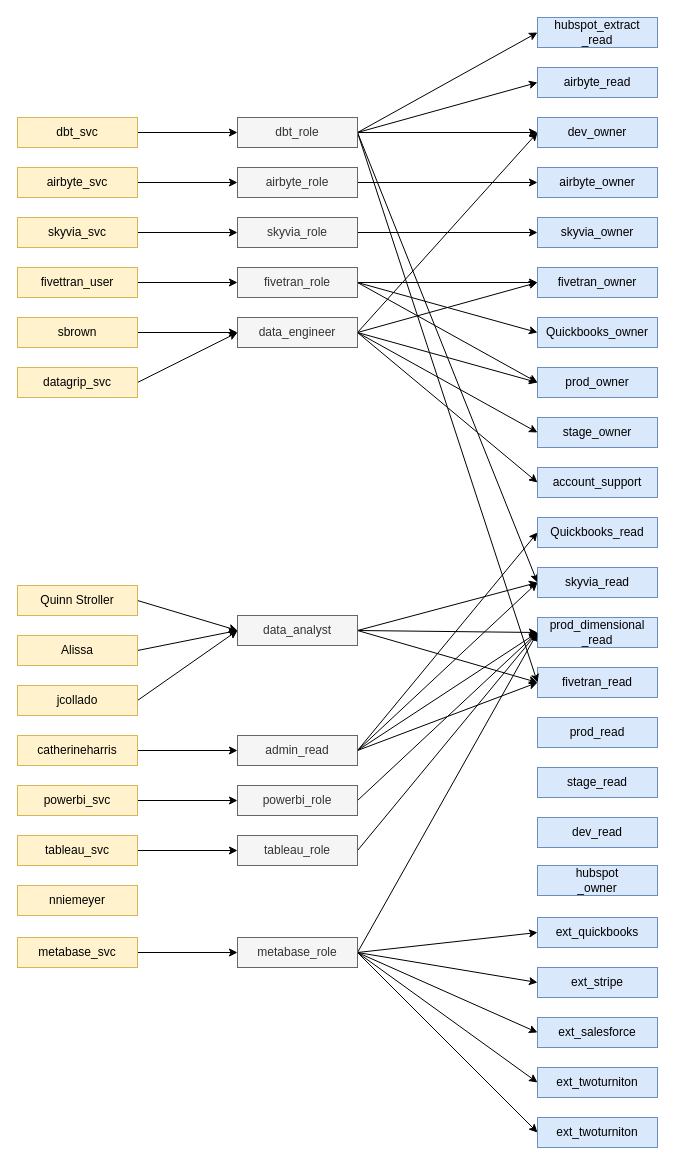
samsolo512/transactly keeps this draw.io diagram as Documentation/Snowflake Security Diagram.drawio. Above is the earlier version. Source tidied: cells renumbered, new cells numbered last; positions are measured from the earlier drawing's top-left corner, leaving out a move shared by most shapes. Both pictures are drawn from the tidied source at 100%, with x=0, y=0 at pixel (17, 17).
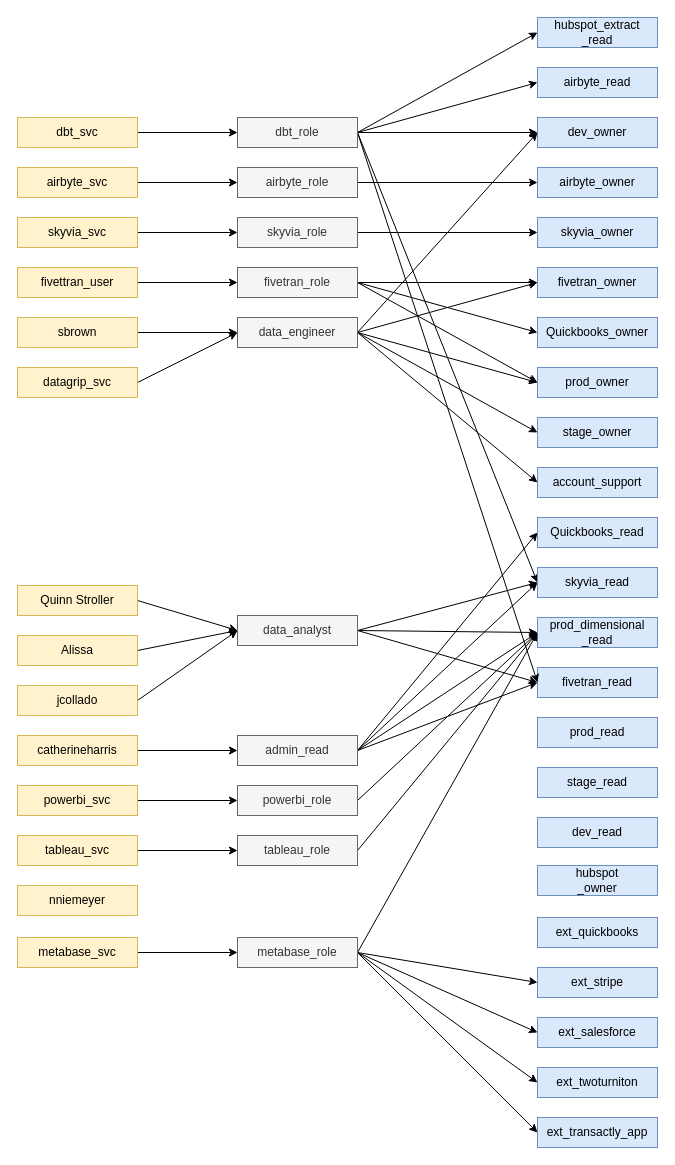
The same diagram, later.

Unchanged cells that the change refers to:
```xml
<mxCell id="84" value="metabase_role" style="rounded=0;whiteSpace=wrap;html=1;fillColor=#f5f5f5;fontColor=#333333;strokeColor=#666666;" parent="1" vertex="1">
  <mxGeometry x="220" y="920" width="120" height="30" as="geometry" />
</mxCell>
<mxCell id="87" value="ext_quickbooks" style="rounded=0;whiteSpace=wrap;html=1;fillColor=#dae8fc;strokeColor=#6c8ebf;" parent="1" vertex="1">
  <mxGeometry x="520" y="900" width="120" height="30" as="geometry" />
</mxCell>
```

Diff of the diagram source:
```diff
@@
-    <mxCell id="79" style="edgeStyle=none;rounded=0;jettySize=auto;html=1;entryX=0;entryY=0.5;entryDx=0;entryDy=0;exitX=1;exitY=0.5;exitDx=0;exitDy=0;" parent="1" edge="1" source="84" target="87">
-      <mxGeometry relative="1" as="geometry" />
-    </mxCell>
@@
-    <mxCell id="91" value="ext_twoturniton" style="rounded=0;whiteSpace=wrap;html=1;fillColor=#dae8fc;strokeColor=#6c8ebf;" parent="1" vertex="1">
+    <mxCell id="91" value="ext_transactly_app" style="rounded=0;whiteSpace=wrap;html=1;fillColor=#dae8fc;strokeColor=#6c8ebf;" parent="1" vertex="1">
       <mxGeometry x="520" y="1100" width="120" height="30" as="geometry" />
     </mxCell>
```
